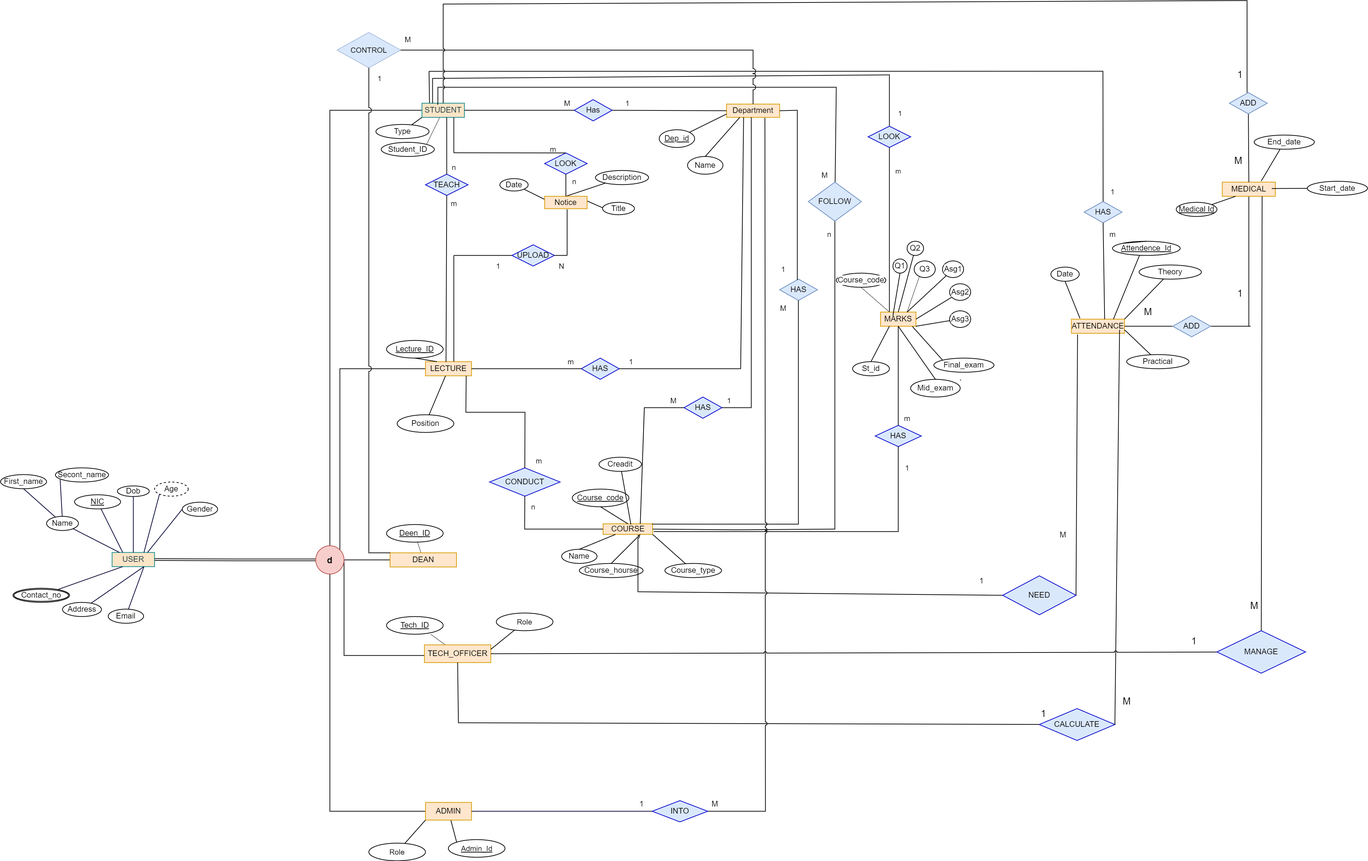
Earlier version of the draw.io export ERdiagram_TechnoMate/ERdiagramFinal.png (surajnaveen/TechnoMate). Source tidied: cells renumbered, new cells last; positions are measured from the earlier drawing's top-left corner, leaving out a move shared by most shapes.
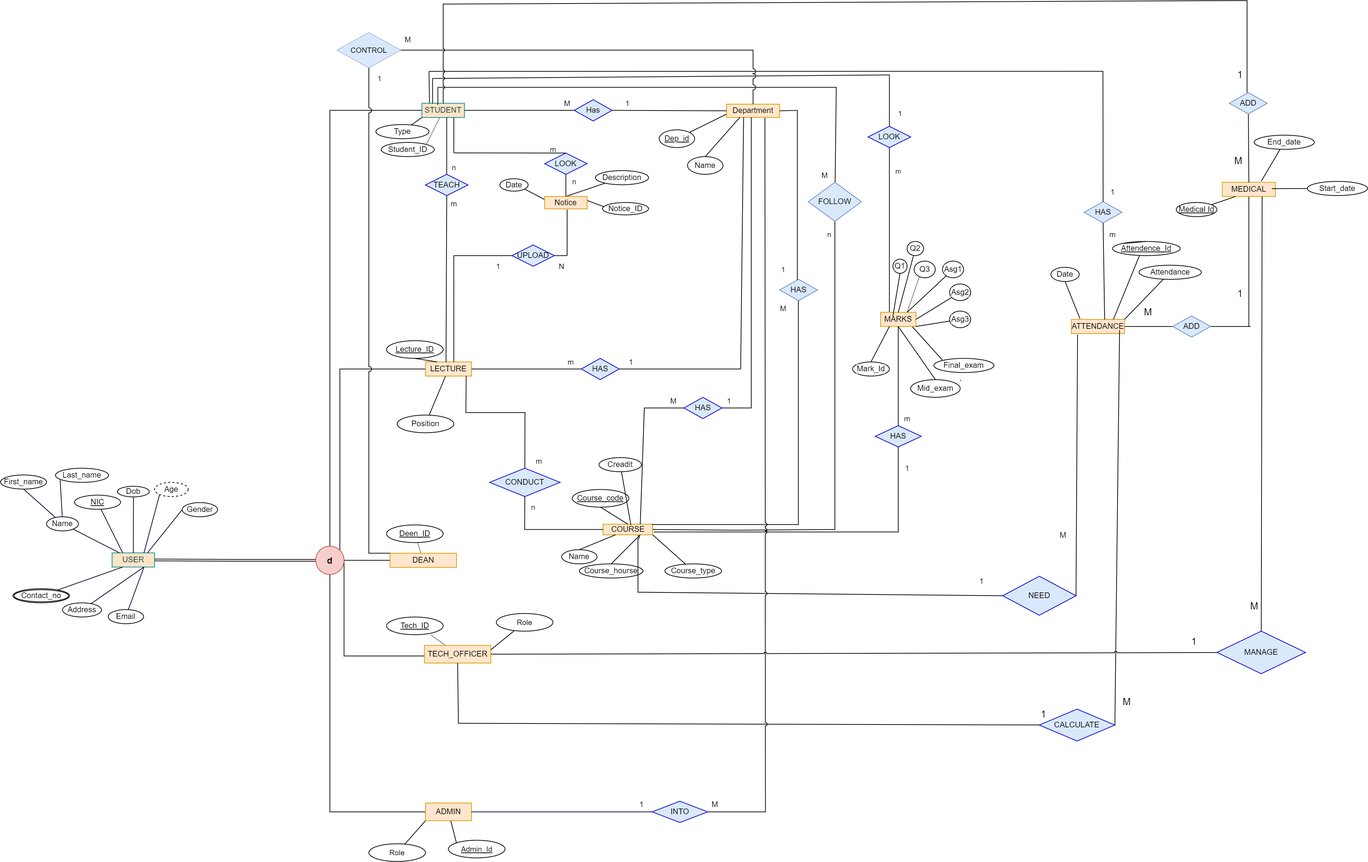
The same file after the commit.

Change to the diagram source:
```diff
@@ -58,7 +58,7 @@
     <mxCell id="19" style="edgeStyle=none;rounded=0;jumpStyle=arc;jettySize=auto;html=1;entryX=0.5;entryY=1;entryDx=0;entryDy=0;strokeColor=#000033;fontSize=22;fontColor=#143642;endArrow=none;endFill=0;fillColor=#FAE5C7;strokeWidth=2;" parent="2" edge="1" source="3" target="18">
       <mxGeometry relative="1" as="geometry" />
     </mxCell>
-    <mxCell id="20" value="Secont_name" style="ellipse;whiteSpace=wrap;html=1;align=center;fontSize=22;strokeWidth=2;" parent="2" vertex="1">
+    <mxCell id="20" value="Last_name" style="ellipse;whiteSpace=wrap;html=1;align=center;fontSize=22;strokeWidth=2;" parent="2" vertex="1">
       <mxGeometry x="155" width="150" height="40" as="geometry" />
     </mxCell>
     <mxCell id="21" style="edgeStyle=none;rounded=0;jumpStyle=arc;jettySize=auto;html=1;entryX=0.089;entryY=0.823;entryDx=0;entryDy=0;entryPerimeter=0;strokeColor=#000033;fontSize=22;fontColor=#143642;endArrow=none;endFill=0;fillColor=#FAE5C7;strokeWidth=2;" parent="2" edge="1" source="3" target="20">
@@ -143,8 +143,8 @@
     <mxCell id="46" value="Description" style="ellipse;whiteSpace=wrap;html=1;align=center;fontSize=22;strokeWidth=2;" parent="1" vertex="1">
       <mxGeometry x="1680" y="480" width="150" height="40" as="geometry" />
     </mxCell>
-    <mxCell id="47" value="Title" style="ellipse;whiteSpace=wrap;html=1;align=center;fontSize=22;strokeWidth=2;" parent="1" vertex="1">
-      <mxGeometry x="1700" y="570" width="90" height="35" as="geometry" />
+    <mxCell id="47" value="Notice_ID" style="ellipse;whiteSpace=wrap;html=1;align=center;fontSize=22;strokeWidth=2;" parent="1" vertex="1">
+      <mxGeometry x="1700" y="570" width="130" height="35" as="geometry" />
     </mxCell>
     <mxCell id="48" value="Date" style="ellipse;whiteSpace=wrap;html=1;align=center;fontSize=22;strokeWidth=2;" parent="1" vertex="1">
       <mxGeometry x="1410" y="503" width="80" height="35" as="geometry" />
@@ -312,9 +312,6 @@
     <mxCell id="83" style="endArrow=none;html=1;rounded=0;strokeWidth=2;exitX=0.5;exitY=0;exitDx=0;exitDy=0;startArrow=none;entryX=0.25;entryY=0;entryDx=0;entryDy=0;" parent="1" edge="1" source="93" target="85">
       <mxGeometry relative="1" as="geometry" />
     </mxCell>
-    <mxCell id="84" style="edgeStyle=none;rounded=0;jettySize=auto;html=1;entryX=0.5;entryY=1;entryDx=0;entryDy=0;endArrow=none;endFill=0;exitX=0.25;exitY=0;exitDx=0;exitDy=0;" parent="1" edge="1" source="85" target="180">
-      <mxGeometry relative="1" as="geometry" />
-    </mxCell>
     <mxCell id="85" value="MARKS" style="whiteSpace=wrap;html=1;align=center;labelBackgroundColor=none;labelBorderColor=none;strokeColor=#d79b00;fontSize=22;fillColor=#ffe6cc;strokeWidth=2;" parent="1" vertex="1">
       <mxGeometry x="2485" y="880" width="100" height="40" as="geometry" />
     </mxCell>
@@ -330,7 +327,7 @@
     <mxCell id="89" style="edgeStyle=none;rounded=0;jumpStyle=arc;jettySize=auto;html=1;endArrow=none;endFill=0;strokeWidth=2;entryX=0;entryY=0;entryDx=0;entryDy=0;exitX=0.898;exitY=1.013;exitDx=0;exitDy=0;exitPerimeter=0;" parent="1" edge="1" source="85" target="87">
       <mxGeometry relative="1" as="geometry" />
     </mxCell>
-    <mxCell id="90" value="St_id" style="ellipse;whiteSpace=wrap;html=1;align=center;labelBackgroundColor=#FFFFFF;fontSize=22;strokeWidth=2;" parent="1" vertex="1">
+    <mxCell id="90" value="Mark_Id" style="ellipse;whiteSpace=wrap;html=1;align=center;labelBackgroundColor=#FFFFFF;fontSize=22;strokeWidth=2;" parent="1" vertex="1">
       <mxGeometry x="2406" y="1020" width="104" height="40" as="geometry" />
     </mxCell>
     <mxCell id="91" style="edgeStyle=none;rounded=0;jumpStyle=arc;jettySize=auto;html=1;endArrow=none;endFill=0;strokeWidth=2;entryX=0.5;entryY=0;entryDx=0;entryDy=0;exitX=0.25;exitY=1;exitDx=0;exitDy=0;" parent="1" edge="1" source="85" target="90">
@@ -656,9 +653,6 @@
     <mxCell id="179" value="&lt;font style=&quot;font-size: 22px;&quot;&gt;&lt;u&gt;Tech_ID&lt;/u&gt;&lt;/font&gt;" style="ellipse;whiteSpace=wrap;html=1;strokeWidth=2;" parent="1" vertex="1">
       <mxGeometry x="1090" y="1740" width="160" height="50" as="geometry" />
     </mxCell>
-    <mxCell id="180" value="Course_code" style="ellipse;whiteSpace=wrap;html=1;align=center;labelBackgroundColor=#FFFFFF;fontSize=22;strokeWidth=2;" parent="1" vertex="1">
-      <mxGeometry x="2360" y="770" width="140" height="40" as="geometry" />
-    </mxCell>
     <mxCell id="181" style="edgeStyle=none;rounded=0;jettySize=auto;html=1;strokeWidth=2;fontSize=20;endArrow=none;endFill=0;jumpStyle=arc;entryX=0.5;entryY=0;entryDx=0;entryDy=0;" parent="1" edge="1" target="27">
       <mxGeometry relative="1" as="geometry">
         <mxPoint x="3520" y="260" as="sourcePoint" />
@@ -792,18 +786,12 @@
     <mxCell id="218" style="edgeStyle=none;rounded=0;jettySize=auto;html=1;entryX=1;entryY=0;entryDx=0;entryDy=0;strokeWidth=2;fontSize=19;endArrow=none;endFill=0;" parent="1" edge="1" source="219" target="98">
       <mxGeometry relative="1" as="geometry" />
     </mxCell>
-    <mxCell id="219" value="Theory" style="ellipse;whiteSpace=wrap;html=1;align=center;fontSize=22;strokeWidth=2;" parent="1" vertex="1">
+    <mxCell id="219" value="Attendance" style="ellipse;whiteSpace=wrap;html=1;align=center;fontSize=22;strokeWidth=2;" parent="1" vertex="1">
       <mxGeometry x="3215" y="747" width="176" height="40" as="geometry" />
     </mxCell>
     <mxCell id="220" style="edgeStyle=none;rounded=0;orthogonalLoop=1;jettySize=auto;html=1;exitX=0.5;exitY=0;exitDx=0;exitDy=0;entryX=0;entryY=0;entryDx=0;entryDy=0;strokeWidth=2;fontSize=19;endArrow=none;endFill=0;" parent="1" edge="1" source="101" target="101">
       <mxGeometry relative="1" as="geometry" />
     </mxCell>
-    <mxCell id="221" style="edgeStyle=none;rounded=0;jettySize=auto;html=1;entryX=1;entryY=0.75;entryDx=0;entryDy=0;strokeWidth=2;fontSize=19;endArrow=none;endFill=0;" parent="1" edge="1" source="222" target="98">
-      <mxGeometry relative="1" as="geometry" />
-    </mxCell>
-    <mxCell id="222" value="Practical" style="ellipse;whiteSpace=wrap;html=1;align=center;fontSize=22;strokeWidth=2;" parent="1" vertex="1">
-      <mxGeometry x="3180" y="1000" width="176" height="40" as="geometry" />
-    </mxCell>
     <mxCell id="223" value="&lt;font style=&quot;font-size: 22px;&quot;&gt;1&lt;/font&gt;" style="text;html=1;align=center;verticalAlign=middle;strokeColor=none;fillColor=none;fontSize=19;" parent="1" vertex="1">
       <mxGeometry x="2750" y="1620" width="40" height="40" as="geometry" />
     </mxCell>
```
